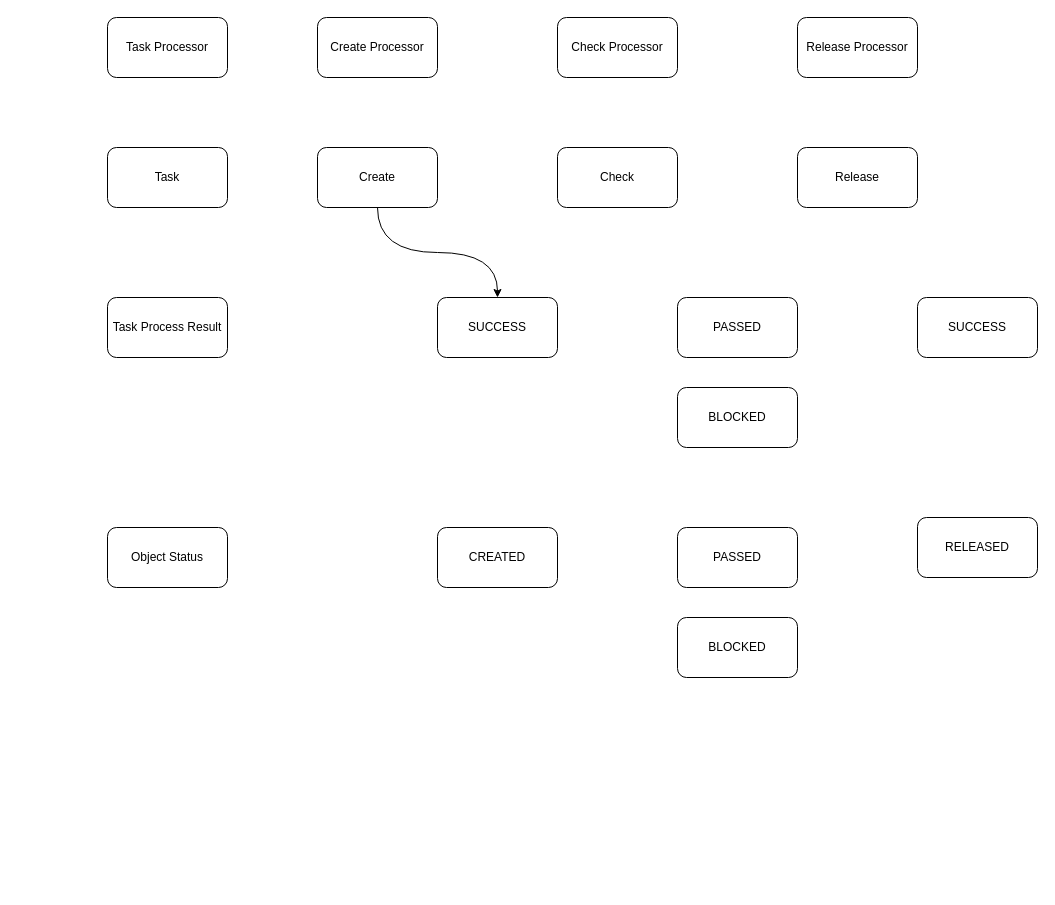
Before: workflow-engine.drawio in colinzhu/colinzhu.github.io, a draw.io diagram. Source tidied: cells renumbered, new cells numbered last; positions are measured from the earlier drawing's top-left corner, leaving out a move shared by most shapes. Both pictures are drawn from the tidied source at 100%, with x=0, y=0 at pixel (107, 17).
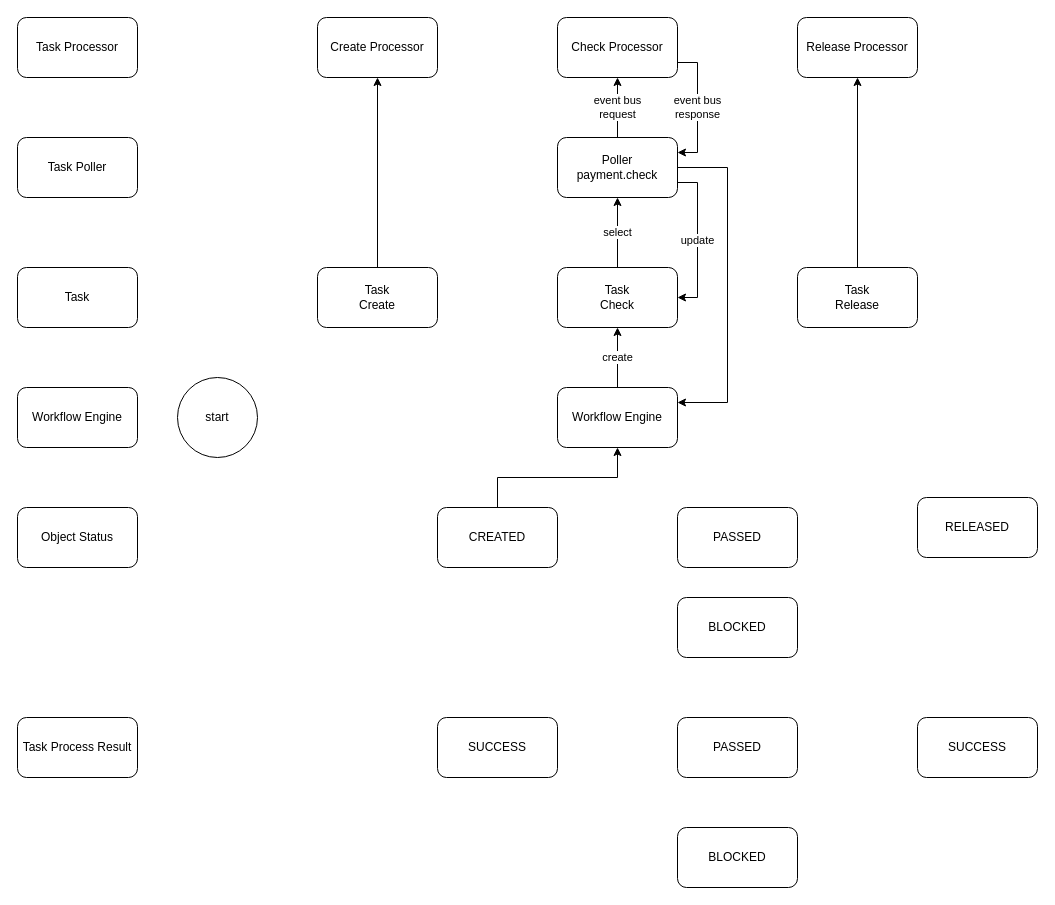
After the change.

Unchanged cells that the change refers to:
```xml
<mxCell id="17" value="Create Processor" style="rounded=1;whiteSpace=wrap;html=1;" parent="1" vertex="1">
  <mxGeometry x="210" width="120" height="60" as="geometry" />
</mxCell>
<mxCell id="18" value="Check Processor" style="rounded=1;whiteSpace=wrap;html=1;" parent="1" vertex="1">
  <mxGeometry x="450" width="120" height="60" as="geometry" />
</mxCell>
<mxCell id="19" value="Release Processor" style="rounded=1;whiteSpace=wrap;html=1;" parent="1" vertex="1">
  <mxGeometry x="690" width="120" height="60" as="geometry" />
</mxCell>
```

What changed in the source:
```diff
@@
-    <mxCell id="2" style="edgeStyle=orthogonalEdgeStyle;rounded=0;jettySize=auto;html=1;curved=1;" parent="1" edge="1" source="3" target="6">
-      <mxGeometry relative="1" as="geometry" />
-    </mxCell>
+    <mxCell id="21" style="edgeStyle=orthogonalEdgeStyle;rounded=0;jettySize=auto;html=1;" parent="1" edge="1" source="3" target="17">
+      <mxGeometry relative="1" as="geometry" />
+    </mxCell>
-    <mxCell id="3" value="Create" style="rounded=1;whiteSpace=wrap;html=1;" parent="1" vertex="1">
-      <mxGeometry x="210" y="130" width="120" height="60" as="geometry" />
+    <mxCell id="3" value="Task&lt;br&gt;Create" style="rounded=1;whiteSpace=wrap;html=1;" parent="1" vertex="1">
+      <mxGeometry x="210" y="250" width="120" height="60" as="geometry" />
     </mxCell>
+    <mxCell id="22" value="select" style="edgeStyle=orthogonalEdgeStyle;rounded=0;jettySize=auto;html=1;entryX=0.5;entryY=1;entryDx=0;entryDy=0;" parent="1" edge="1" source="4" target="30">
+      <mxGeometry relative="1" as="geometry" />
+    </mxCell>
-    <mxCell id="4" value="Check" style="rounded=1;whiteSpace=wrap;html=1;" parent="1" vertex="1">
-      <mxGeometry x="450" y="130" width="120" height="60" as="geometry" />
+    <mxCell id="4" value="Task&lt;br&gt;Check" style="rounded=1;whiteSpace=wrap;html=1;" parent="1" vertex="1">
+      <mxGeometry x="450" y="250" width="120" height="60" as="geometry" />
     </mxCell>
+    <mxCell id="23" style="edgeStyle=orthogonalEdgeStyle;rounded=0;jettySize=auto;html=1;" parent="1" edge="1" source="5" target="19">
+      <mxGeometry relative="1" as="geometry" />
+    </mxCell>
-    <mxCell id="5" value="Release" style="rounded=1;whiteSpace=wrap;html=1;" parent="1" vertex="1">
-      <mxGeometry x="690" y="130" width="120" height="60" as="geometry" />
+    <mxCell id="5" value="Task&lt;br&gt;Release" style="rounded=1;whiteSpace=wrap;html=1;" parent="1" vertex="1">
+      <mxGeometry x="690" y="250" width="120" height="60" as="geometry" />
     </mxCell>
     <mxCell id="6" value="SUCCESS" style="whiteSpace=wrap;html=1;rounded=1;" parent="1" vertex="1">
-      <mxGeometry x="330" y="280" width="120" height="60" as="geometry" />
+      <mxGeometry x="330" y="700" width="120" height="60" as="geometry" />
     </mxCell>
     <mxCell id="7" value="PASSED" style="whiteSpace=wrap;html=1;rounded=1;" parent="1" vertex="1">
-      <mxGeometry x="570" y="280" width="120" height="60" as="geometry" />
+      <mxGeometry x="570" y="700" width="120" height="60" as="geometry" />
     </mxCell>
     <mxCell id="8" value="BLOCKED" style="whiteSpace=wrap;html=1;rounded=1;" parent="1" vertex="1">
-      <mxGeometry x="570" y="370" width="120" height="60" as="geometry" />
+      <mxGeometry x="570" y="810" width="120" height="60" as="geometry" />
     </mxCell>
     <mxCell id="9" value="SUCCESS" style="whiteSpace=wrap;html=1;rounded=1;" parent="1" vertex="1">
-      <mxGeometry x="810" y="280" width="120" height="60" as="geometry" />
+      <mxGeometry x="810" y="700" width="120" height="60" as="geometry" />
     </mxCell>
+    <mxCell id="24" style="edgeStyle=orthogonalEdgeStyle;rounded=0;jettySize=auto;html=1;" parent="1" edge="1" source="10" target="34">
+      <mxGeometry relative="1" as="geometry" />
+    </mxCell>
     <mxCell id="10" value="CREATED" style="whiteSpace=wrap;html=1;rounded=1;" parent="1" vertex="1">
-      <mxGeometry x="330" y="510" width="120" height="60" as="geometry" />
+      <mxGeometry x="330" y="490" width="120" height="60" as="geometry" />
     </mxCell>
     <mxCell id="11" value="PASSED" style="whiteSpace=wrap;html=1;rounded=1;" parent="1" vertex="1">
-      <mxGeometry x="570" y="510" width="120" height="60" as="geometry" />
+      <mxGeometry x="570" y="490" width="120" height="60" as="geometry" />
     </mxCell>
     <mxCell id="12" value="BLOCKED" style="whiteSpace=wrap;html=1;rounded=1;" parent="1" vertex="1">
-      <mxGeometry x="570" y="600" width="120" height="60" as="geometry" />
+      <mxGeometry x="570" y="580" width="120" height="60" as="geometry" />
     </mxCell>
     <mxCell id="13" value="RELEASED" style="whiteSpace=wrap;html=1;rounded=1;" parent="1" vertex="1">
-      <mxGeometry x="810" y="500" width="120" height="60" as="geometry" />
+      <mxGeometry x="810" y="480" width="120" height="60" as="geometry" />
     </mxCell>
     <mxCell id="14" value="Task" style="rounded=1;whiteSpace=wrap;html=1;" parent="1" vertex="1">
-      <mxGeometry y="130" width="120" height="60" as="geometry" />
+      <mxGeometry x="-90" y="250" width="120" height="60" as="geometry" />
     </mxCell>
     <mxCell id="15" value="Task Process Result" style="rounded=1;whiteSpace=wrap;html=1;" parent="1" vertex="1">
-      <mxGeometry y="280" width="120" height="60" as="geometry" />
+      <mxGeometry x="-90" y="700" width="120" height="60" as="geometry" />
     </mxCell>
     <mxCell id="16" value="Object Status" style="rounded=1;whiteSpace=wrap;html=1;" parent="1" vertex="1">
-      <mxGeometry y="510" width="120" height="60" as="geometry" />
+      <mxGeometry x="-90" y="490" width="120" height="60" as="geometry" />
     </mxCell>
@@
+    <mxCell id="25" value="event bus&lt;br&gt;response" style="edgeStyle=orthogonalEdgeStyle;rounded=0;jettySize=auto;html=1;entryX=1;entryY=0.25;entryDx=0;entryDy=0;exitX=1;exitY=0.75;exitDx=0;exitDy=0;" parent="1" edge="1" source="18" target="30">
+      <mxGeometry relative="1" as="geometry" />
+    </mxCell>
@@
     <mxCell id="20" value="Task Processor" style="rounded=1;whiteSpace=wrap;html=1;" parent="1" vertex="1">
-      <mxGeometry width="120" height="60" as="geometry" />
+      <mxGeometry x="-90" width="120" height="60" as="geometry" />
     </mxCell>
+    <mxCell id="26" value="Task Poller" style="rounded=1;whiteSpace=wrap;html=1;" parent="1" vertex="1">
+      <mxGeometry x="-90" y="120" width="120" height="60" as="geometry" />
+    </mxCell>
+    <mxCell id="27" value="event bus&lt;br&gt;request" style="edgeStyle=orthogonalEdgeStyle;rounded=0;jettySize=auto;html=1;" parent="1" edge="1" source="30" target="18">
+      <mxGeometry relative="1" as="geometry" />
+    </mxCell>
+    <mxCell id="28" value="update" style="edgeStyle=orthogonalEdgeStyle;rounded=0;jettySize=auto;html=1;entryX=1;entryY=0.5;entryDx=0;entryDy=0;exitX=1;exitY=0.75;exitDx=0;exitDy=0;" parent="1" edge="1" source="30" target="4">
+      <mxGeometry relative="1" as="geometry" />
+    </mxCell>
+    <mxCell id="29" style="edgeStyle=orthogonalEdgeStyle;rounded=0;jettySize=auto;html=1;entryX=1;entryY=0.25;entryDx=0;entryDy=0;exitX=1;exitY=0.5;exitDx=0;exitDy=0;" parent="1" edge="1" source="30" target="34">
+      <mxGeometry relative="1" as="geometry">
+        <Array as="points">
+          <mxPoint x="620" y="150" />
+          <mxPoint x="620" y="385" />
+        </Array>
+      </mxGeometry>
+    </mxCell>
+    <mxCell id="30" value="Poller&lt;br&gt;payment.check" style="rounded=1;whiteSpace=wrap;html=1;" parent="1" vertex="1">
+      <mxGeometry x="450" y="120" width="120" height="60" as="geometry" />
+    </mxCell>
+    <mxCell id="31" value="Workflow Engine" style="rounded=1;whiteSpace=wrap;html=1;" parent="1" vertex="1">
+      <mxGeometry x="-90" y="370" width="120" height="60" as="geometry" />
+    </mxCell>
+    <mxCell id="32" value="start" style="ellipse;whiteSpace=wrap;html=1;" parent="1" vertex="1">
+      <mxGeometry x="70" y="360" width="80" height="80" as="geometry" />
+    </mxCell>
+    <mxCell id="33" value="create" style="edgeStyle=orthogonalEdgeStyle;rounded=0;jettySize=auto;html=1;entryX=0.5;entryY=1;entryDx=0;entryDy=0;" parent="1" edge="1" source="34" target="4">
+      <mxGeometry relative="1" as="geometry" />
+    </mxCell>
+    <mxCell id="34" value="Workflow Engine" style="rounded=1;whiteSpace=wrap;html=1;" parent="1" vertex="1">
+      <mxGeometry x="450" y="370" width="120" height="60" as="geometry" />
+    </mxCell>
```
